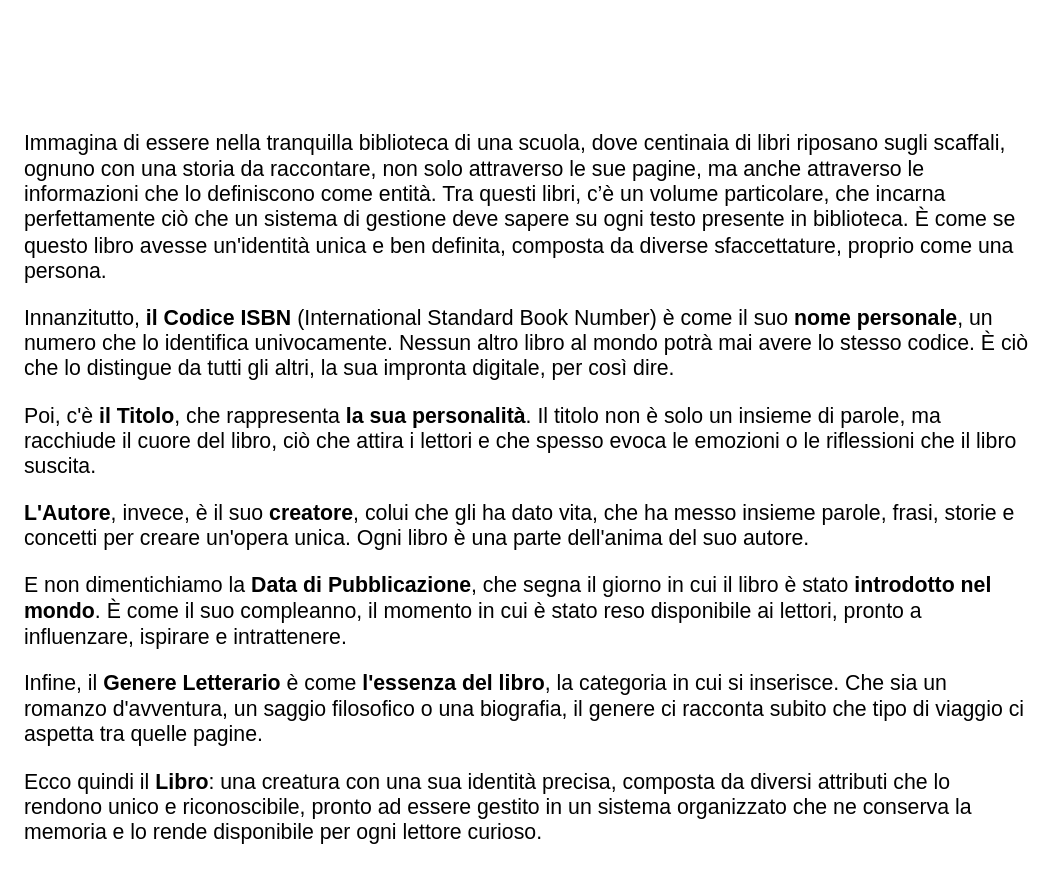
Earlier version of the draw.io diagram AS_2024_2025/5IA_Informatica/Lezioni/UD_2/Esercizi_ER/Entità4.drawio (FrancescoGobbi/Didattica_GalileoGalilei_Ostiglia). Source tidied: cells renumbered, new cells numbered last; positions are measured from the earlier drawing's top-left corner, leaving out a move shared by most shapes. Both pictures are drawn from the tidied source at 133%, with x=0, y=0 at pixel (23, 467).
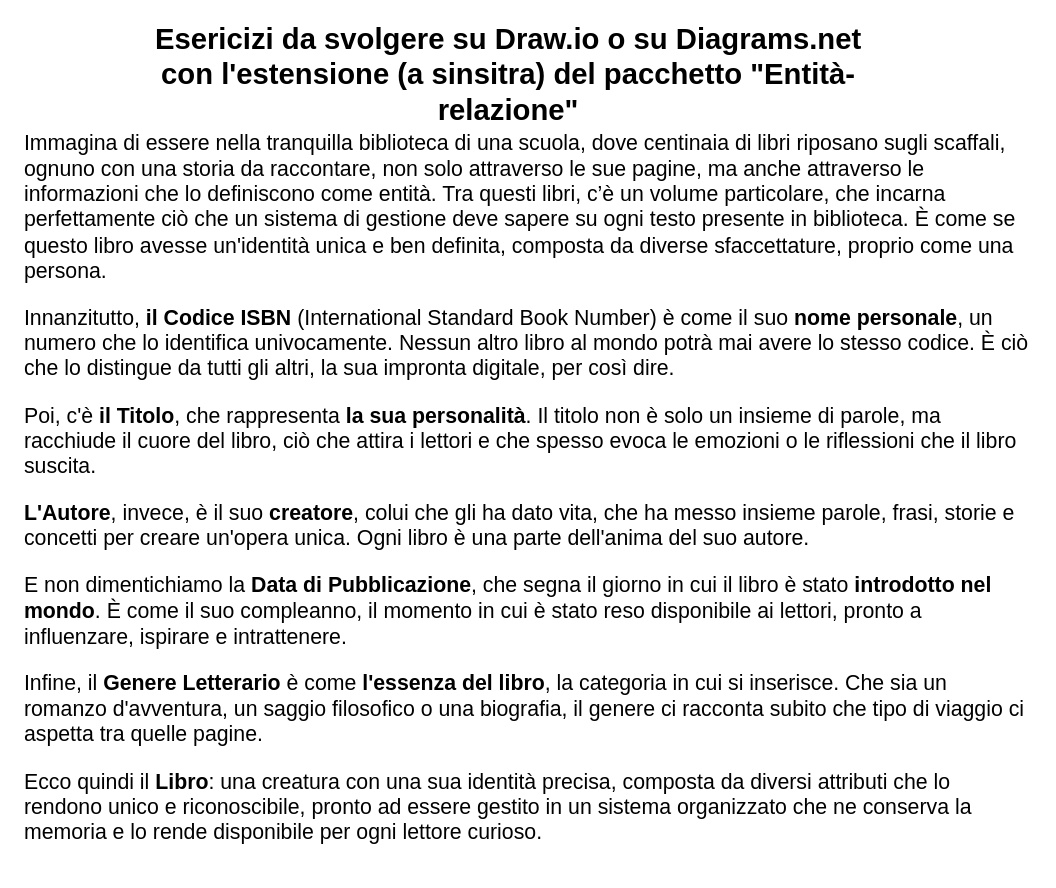
The same diagram, later.

What changed in the source:
```diff
@@
 <mxGraphModel>
   <root>
     <mxCell id="0" />
     <mxCell id="1" parent="0" />
     <mxCell id="2" value="&lt;p style=&quot;caret-color: rgb(0, 0, 0); text-align: start; font-size: 16px;&quot;&gt;&lt;font style=&quot;font-size: 16px;&quot;&gt;Immagina di essere nella tranquilla biblioteca di una scuola, dove centinaia di libri riposano sugli scaffali, ognuno con una storia da raccontare, non solo attraverso le sue pagine, ma anche attraverso le informazioni che lo definiscono come entità. Tra questi libri, c’è un volume particolare, che incarna perfettamente ciò che un sistema di gestione deve sapere su ogni testo presente in biblioteca. È come se questo libro avesse un'identità unica e ben definita, composta da diverse sfaccettature, proprio come una persona.&lt;/font&gt;&lt;/p&gt;&lt;p style=&quot;caret-color: rgb(0, 0, 0); text-align: start; font-size: 16px;&quot;&gt;&lt;font style=&quot;font-size: 16px;&quot;&gt;Innanzitutto,&lt;span class=&quot;Apple-converted-space&quot;&gt;&amp;nbsp;&lt;/span&gt;&lt;strong&gt;il Codice ISBN&lt;/strong&gt;&lt;span class=&quot;Apple-converted-space&quot;&gt;&amp;nbsp;&lt;/span&gt;(International Standard Book Number) è come il suo&lt;span class=&quot;Apple-converted-space&quot;&gt;&amp;nbsp;&lt;/span&gt;&lt;strong&gt;nome personale&lt;/strong&gt;, un numero che lo identifica univocamente. Nessun altro libro al mondo potrà mai avere lo stesso codice. È ciò che lo distingue da tutti gli altri, la sua impronta digitale, per così dire.&lt;/font&gt;&lt;/p&gt;&lt;p style=&quot;caret-color: rgb(0, 0, 0); text-align: start; font-size: 16px;&quot;&gt;&lt;font style=&quot;font-size: 16px;&quot;&gt;Poi, c'è&lt;span class=&quot;Apple-converted-space&quot;&gt;&amp;nbsp;&lt;/span&gt;&lt;strong&gt;il Titolo&lt;/strong&gt;, che rappresenta&lt;span class=&quot;Apple-converted-space&quot;&gt;&amp;nbsp;&lt;/span&gt;&lt;strong&gt;la sua personalità&lt;/strong&gt;. Il titolo non è solo un insieme di parole, ma racchiude il cuore del libro, ciò che attira i lettori e che spesso evoca le emozioni o le riflessioni che il libro suscita.&lt;/font&gt;&lt;/p&gt;&lt;p style=&quot;caret-color: rgb(0, 0, 0); text-align: start; font-size: 16px;&quot;&gt;&lt;font style=&quot;font-size: 16px;&quot;&gt;&lt;strong&gt;L'Autore&lt;/strong&gt;, invece, è il suo&lt;span class=&quot;Apple-converted-space&quot;&gt;&amp;nbsp;&lt;/span&gt;&lt;strong&gt;creatore&lt;/strong&gt;, colui che gli ha dato vita, che ha messo insieme parole, frasi, storie e concetti per creare un'opera unica. Ogni libro è una parte dell'anima del suo autore.&lt;/font&gt;&lt;/p&gt;&lt;p style=&quot;caret-color: rgb(0, 0, 0); text-align: start; font-size: 16px;&quot;&gt;&lt;font style=&quot;font-size: 16px;&quot;&gt;E non dimentichiamo la&lt;span class=&quot;Apple-converted-space&quot;&gt;&amp;nbsp;&lt;/span&gt;&lt;strong&gt;Data di Pubblicazione&lt;/strong&gt;, che segna il giorno in cui il libro è stato&lt;span class=&quot;Apple-converted-space&quot;&gt;&amp;nbsp;&lt;/span&gt;&lt;strong&gt;introdotto nel mondo&lt;/strong&gt;. È come il suo compleanno, il momento in cui è stato reso disponibile ai lettori, pronto a influenzare, ispirare e intrattenere.&lt;/font&gt;&lt;/p&gt;&lt;p style=&quot;caret-color: rgb(0, 0, 0); text-align: start; font-size: 16px;&quot;&gt;&lt;font style=&quot;font-size: 16px;&quot;&gt;Infine, il&lt;span class=&quot;Apple-converted-space&quot;&gt;&amp;nbsp;&lt;/span&gt;&lt;strong&gt;Genere Letterario&lt;/strong&gt;&lt;span class=&quot;Apple-converted-space&quot;&gt;&amp;nbsp;&lt;/span&gt;è come&lt;span class=&quot;Apple-converted-space&quot;&gt;&amp;nbsp;&lt;/span&gt;&lt;strong&gt;l'essenza del libro&lt;/strong&gt;, la categoria in cui si inserisce. Che sia un romanzo d'avventura, un saggio filosofico o una biografia, il genere ci racconta subito che tipo di viaggio ci aspetta tra quelle pagine.&lt;/font&gt;&lt;/p&gt;&lt;p style=&quot;caret-color: rgb(0, 0, 0); text-align: start; font-size: 16px;&quot;&gt;&lt;font style=&quot;font-size: 16px;&quot;&gt;Ecco quindi il&lt;span style=&quot;&quot; class=&quot;Apple-converted-space&quot;&gt;&amp;nbsp;&lt;/span&gt;&lt;strong style=&quot;&quot;&gt;Libro&lt;/strong&gt;: una creatura con una sua identità precisa, composta da diversi attributi che lo rendono unico e riconoscibile, pronto ad essere gestito in un sistema organizzato che ne conserva la memoria e lo rende disponibile per ogni lettore curioso.&lt;/font&gt;&lt;/p&gt;" style="text;html=1;strokeColor=none;fillColor=none;align=center;verticalAlign=middle;whiteSpace=wrap;rounded=0;fontSize=22;" parent="1" vertex="1">
       <mxGeometry width="760" height="30" as="geometry" />
     </mxCell>
+    <mxCell id="3" value="Esericizi da svolgere su Draw.io o su Diagrams.net con l'estensione (a sinsitra) del pacchetto &quot;Entità-relazione&quot;" style="text;html=1;strokeColor=none;fillColor=none;align=center;verticalAlign=middle;whiteSpace=wrap;rounded=0;fontSize=22;fontStyle=1;" parent="1" vertex="1">
+      <mxGeometry x="80" y="-310" width="570" height="30" as="geometry" />
+    </mxCell>
   </root>
 </mxGraphModel>
```
